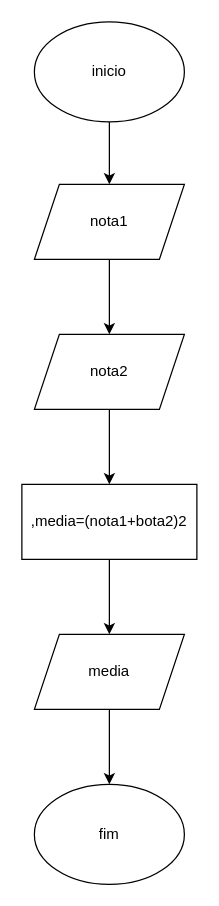
The draw.io diagram aula3/media/media.drawio in kleubinho/Linguagem-C, before the edit. Source tidied: cells renumbered, new cells numbered last; positions are measured from the earlier drawing's top-left corner, leaving out a move shared by most shapes. Both pictures are drawn from the tidied source at 125%, with x=0, y=0 at pixel (21, 21).
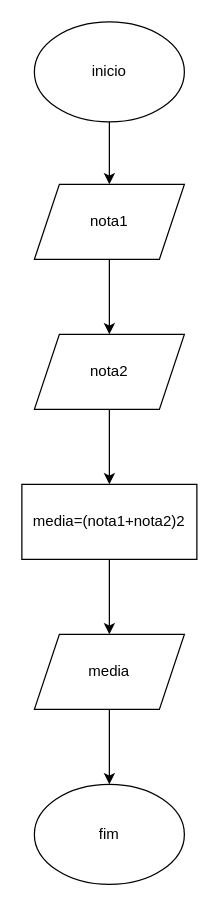
The same diagram, later.

The edit, as a diff of the source:
```diff
@@
 <mxGraphModel>
   <root>
     <mxCell id="0" />
     <mxCell id="1" parent="0" />
     <mxCell id="2" style="edgeStyle=orthogonalEdgeStyle;rounded=0;jettySize=auto;html=1;entryX=0.5;entryY=0;entryDx=0;entryDy=0;" parent="1" edge="1" source="3" target="5">
       <mxGeometry relative="1" as="geometry" />
     </mxCell>
     <mxCell id="3" value="inicio" style="ellipse;whiteSpace=wrap;html=1;" parent="1" vertex="1">
       <mxGeometry x="10" width="120" height="80" as="geometry" />
     </mxCell>
     <mxCell id="4" style="edgeStyle=orthogonalEdgeStyle;rounded=0;jettySize=auto;html=1;entryX=0.5;entryY=0;entryDx=0;entryDy=0;" parent="1" edge="1" source="5" target="7">
       <mxGeometry relative="1" as="geometry" />
     </mxCell>
     <mxCell id="5" value="nota1" style="shape=parallelogram;perimeter=parallelogramPerimeter;whiteSpace=wrap;html=1;fixedSize=1;" parent="1" vertex="1">
       <mxGeometry x="10" y="130" width="120" height="60" as="geometry" />
     </mxCell>
     <mxCell id="6" style="edgeStyle=orthogonalEdgeStyle;rounded=0;jettySize=auto;html=1;entryX=0.5;entryY=0;entryDx=0;entryDy=0;" parent="1" edge="1" source="7" target="9">
       <mxGeometry relative="1" as="geometry" />
     </mxCell>
     <mxCell id="7" value="nota2" style="shape=parallelogram;perimeter=parallelogramPerimeter;whiteSpace=wrap;html=1;fixedSize=1;" parent="1" vertex="1">
       <mxGeometry x="10" y="250" width="120" height="60" as="geometry" />
     </mxCell>
     <mxCell id="8" style="edgeStyle=orthogonalEdgeStyle;rounded=0;jettySize=auto;html=1;entryX=0.5;entryY=0;entryDx=0;entryDy=0;" parent="1" edge="1" source="9" target="11">
       <mxGeometry relative="1" as="geometry" />
     </mxCell>
-    <mxCell id="9" value=",media=(nota1+bota2)2" style="rounded=0;whiteSpace=wrap;html=1;rotation=0;" parent="1" vertex="1">
+    <mxCell id="9" value="media=(nota1+nota2)2" style="rounded=0;whiteSpace=wrap;html=1;rotation=0;" parent="1" vertex="1">
       <mxGeometry y="370" width="140" height="60" as="geometry" />
     </mxCell>
     <mxCell id="10" style="edgeStyle=orthogonalEdgeStyle;rounded=0;jettySize=auto;html=1;entryX=0.5;entryY=0;entryDx=0;entryDy=0;" parent="1" edge="1" source="11" target="12">
       <mxGeometry relative="1" as="geometry" />
     </mxCell>
     <mxCell id="11" value="media" style="shape=parallelogram;perimeter=parallelogramPerimeter;whiteSpace=wrap;html=1;fixedSize=1;" parent="1" vertex="1">
       <mxGeometry x="10" y="490" width="120" height="60" as="geometry" />
     </mxCell>
     <mxCell id="12" value="fim" style="ellipse;whiteSpace=wrap;html=1;" parent="1" vertex="1">
       <mxGeometry x="10" y="610" width="120" height="80" as="geometry" />
     </mxCell>
   </root>
 </mxGraphModel>
```
